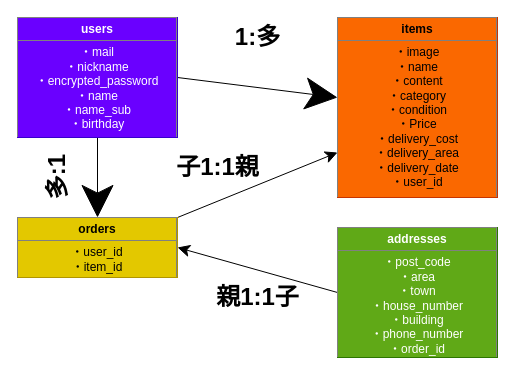
The draw.io diagram .dio in unagianago/furima-40588, before the edit. Source tidied: cells renumbered, new cells numbered last; positions are measured from the earlier drawing's top-left corner, leaving out a move shared by most shapes. Both pictures are drawn from the tidied source at 100%, with x=0, y=0 at pixel (17, 17).
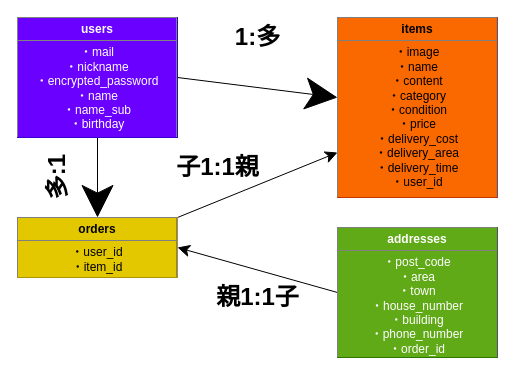
The same diagram, later.

Commit message (it also covers changes not shown here):
テーブルの設計

The edit, as a diff of the source:
```diff
@@
 <mxGraphModel>
   <root>
     <mxCell id="0" />
     <mxCell id="1" parent="0" />
     <mxCell id="2" style="edgeStyle=none;html=1;exitX=1;exitY=0.5;exitDx=0;exitDy=0;endSize=30;" parent="1" edge="1" source="4" target="5">
       <mxGeometry relative="1" as="geometry" />
     </mxCell>
     <mxCell id="3" style="edgeStyle=none;html=1;exitX=0.5;exitY=1;exitDx=0;exitDy=0;entryX=0.5;entryY=0;entryDx=0;entryDy=0;endSize=30;" parent="1" edge="1" source="4" target="7">
       <mxGeometry relative="1" as="geometry" />
     </mxCell>
     <mxCell id="4" value="&lt;table border=&quot;1&quot; width=&quot;100%&quot; height=&quot;100%&quot; cellpadding=&quot;4&quot; style=&quot;width:100%;height:100%;border-collapse:collapse;&quot;&gt;&lt;tbody&gt;&lt;tr&gt;&lt;th align=&quot;center&quot;&gt;users&lt;/th&gt;&lt;/tr&gt;&lt;tr&gt;&lt;td align=&quot;center&quot;&gt;・mail &lt;br&gt;・nickname&lt;br&gt;・encrypted_password&lt;br&gt;・name&lt;br&gt;・name_sub&lt;br&gt;・birthday&lt;br&gt;&lt;br&gt;&lt;br&gt;&lt;/td&gt;&lt;/tr&gt;&lt;tr&gt;&lt;td align=&quot;center&quot;&gt;&lt;br&gt;&lt;/td&gt;&lt;/tr&gt;&lt;/tbody&gt;&lt;/table&gt;" style="text;html=1;whiteSpace=wrap;overflow=fill;rounded=0;fillColor=#6a00ff;fontColor=#ffffff;strokeColor=#3700CC;" parent="1" vertex="1">
       <mxGeometry width="160" height="120" as="geometry" />
     </mxCell>
-    <mxCell id="5" value="&lt;table border=&quot;1&quot; width=&quot;100%&quot; height=&quot;100%&quot; cellpadding=&quot;4&quot; style=&quot;width:100%;height:100%;border-collapse:collapse;&quot;&gt;&lt;tbody&gt;&lt;tr&gt;&lt;th align=&quot;center&quot;&gt;items&lt;/th&gt;&lt;/tr&gt;&lt;tr&gt;&lt;td align=&quot;center&quot;&gt;・image&lt;br&gt;・name&lt;br&gt;・content&lt;br&gt;・category&lt;br&gt;・condition&lt;br&gt;・Price&lt;br&gt;・delivery_cost&lt;br&gt;・delivery_area&lt;br&gt;・delivery_date&lt;br&gt;・user_id&lt;br&gt;&lt;br&gt;&lt;br&gt;&lt;br&gt;&lt;br&gt;&lt;/td&gt;&lt;/tr&gt;&lt;tr&gt;&lt;td align=&quot;center&quot;&gt;&lt;br&gt;&lt;/td&gt;&lt;/tr&gt;&lt;/tbody&gt;&lt;/table&gt;" style="text;html=1;whiteSpace=wrap;strokeColor=#C73500;fillColor=#fa6800;overflow=fill;fontColor=#000000;" parent="1" vertex="1">
+    <mxCell id="5" value="&lt;table border=&quot;1&quot; width=&quot;100%&quot; height=&quot;100%&quot; cellpadding=&quot;4&quot; style=&quot;width:100%;height:100%;border-collapse:collapse;&quot;&gt;&lt;tbody&gt;&lt;tr&gt;&lt;th align=&quot;center&quot;&gt;items&lt;/th&gt;&lt;/tr&gt;&lt;tr&gt;&lt;td align=&quot;center&quot;&gt;・image&lt;br&gt;・name&lt;br&gt;・content&lt;br&gt;・category&lt;br&gt;・condition&lt;br&gt;・price&lt;br&gt;・delivery_cost&lt;br&gt;・delivery_area&lt;br&gt;・delivery_time&lt;br&gt;・user_id&lt;br&gt;&lt;br&gt;&lt;br&gt;&lt;br&gt;&lt;br&gt;&lt;/td&gt;&lt;/tr&gt;&lt;tr&gt;&lt;td align=&quot;center&quot;&gt;&lt;br&gt;&lt;/td&gt;&lt;/tr&gt;&lt;/tbody&gt;&lt;/table&gt;" style="text;html=1;whiteSpace=wrap;strokeColor=#C73500;fillColor=#fa6800;overflow=fill;fontColor=#000000;" parent="1" vertex="1">
       <mxGeometry x="320" width="160" height="180" as="geometry" />
     </mxCell>
     <mxCell id="6" style="edgeStyle=none;html=1;exitX=1;exitY=0;exitDx=0;exitDy=0;entryX=0;entryY=0.75;entryDx=0;entryDy=0;endSize=10;" parent="1" edge="1" source="7" target="5">
       <mxGeometry relative="1" as="geometry" />
     </mxCell>
     <mxCell id="7" value="&lt;table border=&quot;1&quot; width=&quot;100%&quot; height=&quot;100%&quot; cellpadding=&quot;4&quot; style=&quot;width:100%;height:100%;border-collapse:collapse;&quot;&gt;&lt;tbody&gt;&lt;tr&gt;&lt;th align=&quot;center&quot;&gt;orders&lt;/th&gt;&lt;/tr&gt;&lt;tr&gt;&lt;td align=&quot;center&quot;&gt;・user_id&lt;br&gt;・item_id&lt;br&gt;&lt;br&gt;&lt;br&gt;&lt;br&gt;&lt;br&gt;&lt;br&gt;&lt;br&gt;&lt;br&gt;&lt;/td&gt;&lt;/tr&gt;&lt;tr&gt;&lt;td align=&quot;center&quot;&gt;&lt;br&gt;&lt;/td&gt;&lt;/tr&gt;&lt;/tbody&gt;&lt;/table&gt;" style="text;html=1;whiteSpace=wrap;strokeColor=#B09500;fillColor=#e3c800;overflow=fill;fontColor=#000000;" parent="1" vertex="1">
       <mxGeometry y="200" width="160" height="60" as="geometry" />
     </mxCell>
     <mxCell id="8" style="edgeStyle=none;html=1;exitX=0;exitY=0.5;exitDx=0;exitDy=0;entryX=1;entryY=0.5;entryDx=0;entryDy=0;endSize=10;" parent="1" edge="1" source="9" target="7">
       <mxGeometry relative="1" as="geometry" />
     </mxCell>
     <mxCell id="9" value="&lt;table border=&quot;1&quot; width=&quot;100%&quot; height=&quot;100%&quot; cellpadding=&quot;4&quot; style=&quot;width:100%;height:100%;border-collapse:collapse;&quot;&gt;&lt;tbody&gt;&lt;tr&gt;&lt;th align=&quot;center&quot;&gt;addresses&lt;/th&gt;&lt;/tr&gt;&lt;tr&gt;&lt;td align=&quot;center&quot;&gt;・post_code&lt;br&gt;・area&lt;br&gt;・town&lt;br&gt;・house_number&lt;br&gt;・building&lt;br&gt;・phone_number&lt;br&gt;・order_id&lt;br&gt;&lt;br&gt;&lt;br&gt;&lt;/td&gt;&lt;/tr&gt;&lt;tr&gt;&lt;td align=&quot;center&quot;&gt;&lt;br&gt;&lt;/td&gt;&lt;/tr&gt;&lt;/tbody&gt;&lt;/table&gt;" style="text;html=1;whiteSpace=wrap;strokeColor=#2D7600;fillColor=#60a917;overflow=fill;fontColor=#ffffff;" parent="1" vertex="1">
       <mxGeometry x="320" y="210" width="160" height="130" as="geometry" />
     </mxCell>
     <mxCell id="10" value="1:多" style="text;strokeColor=none;fillColor=none;html=1;fontSize=24;fontStyle=1;verticalAlign=middle;align=center;" parent="1" vertex="1">
       <mxGeometry x="190" width="100" height="40" as="geometry" />
     </mxCell>
     <mxCell id="11" value="多:1" style="text;strokeColor=none;fillColor=none;html=1;fontSize=24;fontStyle=1;verticalAlign=middle;align=center;direction=south;flipV=1;flipH=1;horizontal=0;" parent="1" vertex="1">
       <mxGeometry x="20" y="110" width="40" height="100" as="geometry" />
     </mxCell>
     <mxCell id="12" value="子1:1親" style="text;strokeColor=none;fillColor=none;html=1;fontSize=24;fontStyle=1;verticalAlign=middle;align=center;" parent="1" vertex="1">
       <mxGeometry x="150" y="130" width="100" height="40" as="geometry" />
     </mxCell>
     <mxCell id="13" value="親1:1子" style="text;strokeColor=none;fillColor=none;html=1;fontSize=24;fontStyle=1;verticalAlign=middle;align=center;" parent="1" vertex="1">
       <mxGeometry x="190" y="260" width="100" height="40" as="geometry" />
     </mxCell>
   </root>
 </mxGraphModel>
```
